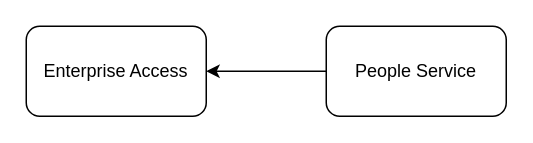
Earlier version of the draw.io diagram page "Architecture" (1 of 4) of Drawings/Microservices/EmailService/EmailService.drawio (RMSLowside/rmslow). Source tidied: cells renumbered, new cells numbered last; positions are measured from the earlier drawing's top-left corner, leaving out a move shared by most shapes. Both pictures are drawn from the tidied source at 150%, with x=0, y=0 at pixel (26, 26).
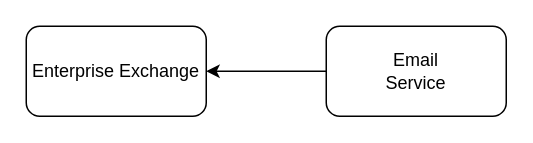
The same page after the edit.

Diff of the diagram source:
```diff
@@
 <mxGraphModel>
   <root>
     <mxCell id="0" />
     <mxCell id="1" parent="0" />
     <mxCell id="2" style="edgeStyle=orthogonalEdgeStyle;rounded=0;jettySize=auto;html=1;exitX=0;exitY=0.5;exitDx=0;exitDy=0;entryX=1;entryY=0.5;entryDx=0;entryDy=0;" parent="1" edge="1" source="3" target="4">
       <mxGeometry relative="1" as="geometry" />
     </mxCell>
-    <mxCell id="3" value="People Service" style="whiteSpace=wrap;html=1;rounded=1;" parent="1" vertex="1">
+    <mxCell id="3" value="&lt;div&gt;Email&lt;/div&gt;&lt;div&gt;Service&lt;/div&gt;" style="whiteSpace=wrap;html=1;rounded=1;" parent="1" vertex="1">
       <mxGeometry x="200" width="120" height="60" as="geometry" />
     </mxCell>
-    <mxCell id="4" value="Enterprise Access" style="whiteSpace=wrap;html=1;rounded=1;" parent="1" vertex="1">
+    <mxCell id="4" value="Enterprise Exchange" style="whiteSpace=wrap;html=1;rounded=1;" parent="1" vertex="1">
       <mxGeometry width="120" height="60" as="geometry" />
     </mxCell>
   </root>
 </mxGraphModel>
```
